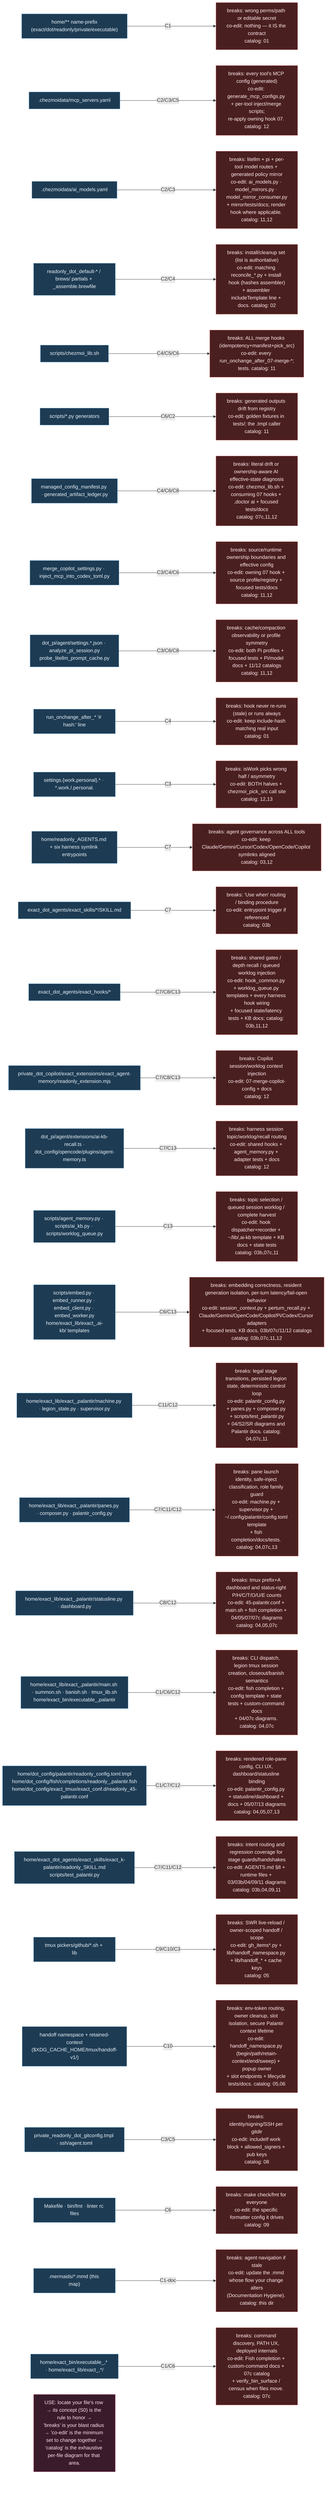
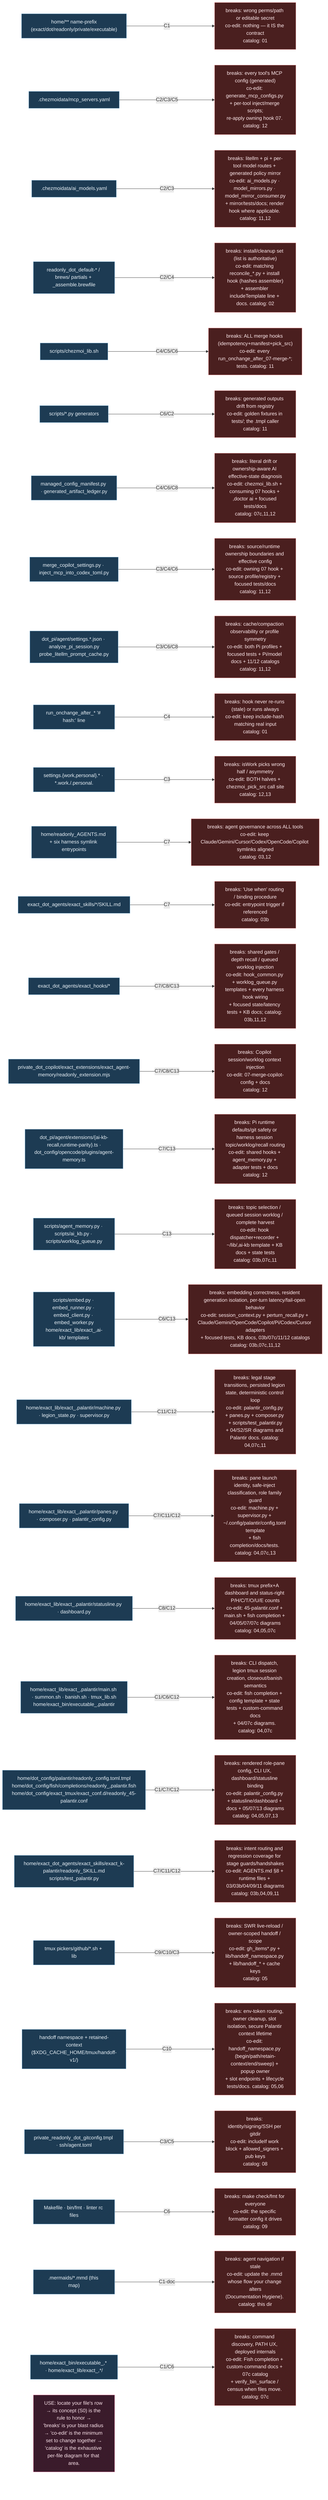
%% ============================================================================
%% SR-index.mmd — REVERSE INDEX ("maps into each particle").
%% Given a file/area you're about to touch, find: which CONCEPT it serves,
%% what BREAKS if you change it wrong, and the CO-EDIT SET (what must move with
%% it). This is the bridge from the semantic cloud (S0) down to the exhaustive
%% catalog (00-13). Concept IDs (C1..C13) refer to S0-concepts.mmd.
%% Mermaid note: rendered as a left→right map; for the dense table read source.
%% ============================================================================
flowchart LR
    classDef area fill:#1d3b53,stroke:#7fb3d5,color:#eaf2f8;
    classDef c fill:#3a1b2b,stroke:#f48fb1,color:#fce4ec;
    classDef brk fill:#4a1f1f,stroke:#ef9a9a,color:#ffebee;

    A1["home/** name-prefix<br/>(exact/dot/readonly/private/executable)"]:::area -->|C1| B1["breaks: wrong perms/path or editable secret<br/>co-edit: nothing — it IS the contract<br/>catalog: 01"]:::brk
    A2[".chezmoidata/mcp_servers.yaml"]:::area -->|C2/C3/C5| B2["breaks: every tool's MCP config (generated)<br/>co-edit: generate_mcp_configs.py + per-tool inject/merge scripts;<br/>re-apply owning hook 07. catalog: 12"]:::brk
    A3[".chezmoidata/ai_models.yaml"]:::area -->|C2/C3| B3["breaks: litellm + pi + per-tool model routes + generated policy mirror<br/>co-edit: ai_models.py · model_mirrors.py · model_mirror_consumer.py<br/>+ mirror/tests/docs; render hook where applicable. catalog: 11,12"]:::brk
    A4["readonly_dot_default-* / brews/ partials + _assemble.brewfile"]:::area -->|C2/C4| B4["breaks: install/cleanup set (list is authoritative)<br/>co-edit: matching reconcile_*.py + install hook (hashes assembler)<br/>+ assembler includeTemplate line + docs. catalog: 02"]:::brk
    A5["scripts/chezmoi_lib.sh"]:::area -->|C4/C5/C6| B5["breaks: ALL merge hooks (idempotency+manifest+pick_src)<br/>co-edit: every run_onchange_after_07-merge-*;<br/>tests. catalog: 11"]:::brk
    A6["scripts/*.py generators"]:::area -->|C6/C2| B6["breaks: generated outputs drift from registry<br/>co-edit: golden fixtures in tests/; the .tmpl caller<br/>catalog: 11"]:::brk
    A6b["managed_config_manifest.py · generated_artifact_ledger.py"]:::area -->|C4/C6/C8| B6b["breaks: literal drift or ownership-aware AI effective-state diagnosis<br/>co-edit: chezmoi_lib.sh + consuming 07 hooks + ,doctor ai + focused tests/docs<br/>catalog: 07c,11,12"]:::brk
    A6c["merge_copilot_settings.py · inject_mcp_into_codex_toml.py"]:::area -->|C3/C4/C6| B6c["breaks: source/runtime ownership boundaries and effective config<br/>co-edit: owning 07 hook + source profile/registry + focused tests/docs<br/>catalog: 11,12"]:::brk
    A6d["dot_pi/agent/settings.*.json · analyze_pi_session.py<br/>probe_litellm_prompt_cache.py"]:::area -->|C3/C6/C8| B6d["breaks: cache/compaction observability or profile symmetry<br/>co-edit: both Pi profiles + focused tests + Pi/model docs + 11/12 catalogs<br/>catalog: 11,12"]:::brk
    A7["run_onchange_after_* '# hash:' line"]:::area -->|C4| B7["breaks: hook never re-runs (stale) or runs always<br/>co-edit: keep include-hash matching real input<br/>catalog: 01"]:::brk
    A8["settings.{work,personal}.* · *.work./.personal."]:::area -->|C3| B8["breaks: isWork picks wrong half / asymmetry<br/>co-edit: BOTH halves + chezmoi_pick_src call site<br/>catalog: 12,13"]:::brk
    A9["home/readonly_AGENTS.md + six harness symlink entrypoints"]:::area -->|C7| B9["breaks: agent governance across ALL tools<br/>co-edit: keep Claude/Gemini/Cursor/Codex/OpenCode/Copilot symlinks aligned<br/>catalog: 03,12"]:::brk
    A10["exact_dot_agents/exact_skills/*/SKILL.md"]:::area -->|C7| B10["breaks: 'Use when' routing / binding procedure<br/>co-edit: entrypoint trigger if referenced<br/>catalog: 03b"]:::brk
    A11["exact_dot_agents/exact_hooks/*"]:::area -->|C7/C8/C13| B11["breaks: shared gates / depth recall / queued worklog injection<br/>co-edit: hook_common.py + worklog_queue.py templates + every harness hook wiring<br/>+ focused state/latency tests + KB docs; catalog: 03b,11,12"]:::brk
    A11b["private_dot_copilot/exact_extensions/exact_agent-memory/readonly_extension.mjs"]:::area -->|C7/C8/C13| B11b["breaks: Copilot session/worklog context injection<br/>co-edit: 07-merge-copilot-config + docs<br/>catalog: 12"]:::brk
-     A11c["dot_pi/agent/extensions/ai-kb-recall.ts ·<br/>dot_config/opencode/plugins/agent-memory.ts"]:::area -->|C7/C13| B11c["breaks: harness session topic/worklog/recall routing<br/>co-edit: shared hooks + agent_memory.py + adapter tests + docs<br/>catalog: 12"]:::brk
+     A11c["dot_pi/agent/extensions/{ai-kb-recall,runtime-parity}.ts ·<br/>dot_config/opencode/plugins/agent-memory.ts"]:::area -->|C7/C13| B11c["breaks: Pi runtime defaults/git safety or harness session topic/worklog/recall routing<br/>co-edit: shared hooks + agent_memory.py + adapter tests + docs<br/>catalog: 12"]:::brk
    A11d["scripts/agent_memory.py · scripts/ai_kb.py · scripts/worklog_queue.py"]:::area -->|C13| B11d["breaks: topic selection / queued session worklog / complete harvest<br/>co-edit: hook dispatcher+recorder + ~/lib/,ai-kb template + KB docs + state tests<br/>catalog: 03b,07c,11"]:::brk
    A11e["scripts/embed.py · embed_runner.py · embed_client.py · embed_worker.py<br/>home/exact_lib/exact_,ai-kb/ templates"]:::area -->|C6/C13| B11e["breaks: embedding correctness, resident generation isolation, per-turn latency/fail-open behavior<br/>co-edit: session_context.py + perturn_recall.py + Claude/Gemini/OpenCode/Copilot/Pi/Codex/Cursor adapters<br/>+ focused tests, KB docs, 03b/07c/11/12 catalogs<br/>catalog: 03b,07c,11,12"]:::brk
    A12["home/exact_lib/exact_,palantir/machine.py · legion_state.py · supervisor.py"]:::area -->|C11/C12| B12["breaks: legal stage transitions, persisted legion state, deterministic control loop<br/>co-edit: palantir_config.py + panes.py + composer.py + scripts/test_palantir.py<br/>+ 04/S2/SR diagrams and Palantir docs. catalog: 04,07c,11"]:::brk
    A12b["home/exact_lib/exact_,palantir/panes.py · composer.py · palantir_config.py"]:::area -->|C7/C11/C12| B12b["breaks: pane launch identity, safe-inject classification, role family guard<br/>co-edit: machine.py + supervisor.py + ~/.config/palantir/config.toml template<br/>+ fish completion/docs/tests. catalog: 04,07c,13"]:::brk
    A12c["home/exact_lib/exact_,palantir/statusline.py · dashboard.py"]:::area -->|C8/C12| B12c["breaks: tmux prefix+A dashboard and status-right P/H/C/T/O/U/E counts<br/>co-edit: 45-palantir.conf + main.sh + fish completion + 04/05/07/07c diagrams<br/>catalog: 04,05,07c"]:::brk
    A12d["home/exact_lib/exact_,palantir/main.sh · summon.sh · banish.sh · tmux_lib.sh<br/>home/exact_bin/executable_,palantir"]:::area -->|C1/C6/C12| B12d["breaks: CLI dispatch, legion tmux session creation, closeout/banish semantics<br/>co-edit: fish completion + config template + state tests + custom-command docs<br/>+ 04/07c diagrams. catalog: 04,07c"]:::brk
    A12e["home/dot_config/palantir/readonly_config.toml.tmpl<br/>home/dot_config/fish/completions/readonly_,palantir.fish<br/>home/dot_config/exact_tmux/exact_conf.d/readonly_45-palantir.conf"]:::area -->|C1/C7/C12| B12e["breaks: rendered role-pane config, CLI UX, dashboard/statusline binding<br/>co-edit: palantir_config.py + statusline/dashboard + docs + 05/07/13 diagrams<br/>catalog: 04,05,07,13"]:::brk
    A12f["home/exact_dot_agents/exact_skills/exact_k-palantir/readonly_SKILL.md<br/>scripts/test_palantir.py"]:::area -->|C7/C11/C12| B12f["breaks: intent routing and regression coverage for stage guards/handshakes<br/>co-edit: AGENTS.md §8 + runtime files + 03/03b/04/09/11 diagrams<br/>catalog: 03b,04,09,11"]:::brk
    A13["tmux pickers/github/*.sh + lib"]:::area -->|C9/C10/C3| B13["breaks: SWR live-reload / owner-scoped handoff / scope<br/>co-edit: gh_items*.py + lib/handoff_namespace.py + lib/handoff_* + cache keys<br/>catalog: 05"]:::brk
    A14["handoff namespace + retained-context<br/>($XDG_CACHE_HOME/tmux/handoff-v1/)"]:::area -->|C10| B14["breaks: env-token routing, owner cleanup, slot isolation, secure Palantir context lifetime<br/>co-edit: handoff_namespace.py (begin/path/retain-context/end/sweep) + popup owner<br/>+ slot endpoints + lifecycle tests/docs. catalog: 05,06"]:::brk
    A15["private_readonly_dot_gitconfig.tmpl · ssh/agent.toml"]:::area -->|C3/C5| B15["breaks: identity/signing/SSH per gitdir<br/>co-edit: includeIf work block + allowed_signers + pub keys<br/>catalog: 08"]:::brk
    A16["Makefile · bin/fmt · linter rc files"]:::area -->|C6| B16["breaks: make check/fmt for everyone<br/>co-edit: the specific formatter config it drives<br/>catalog: 09"]:::brk
    A17[".mermaids/*.mmd (this map)"]:::area -->|C1-doc| B17["breaks: agent navigation if stale<br/>co-edit: update the .mmd whose flow your change alters<br/>(Documentation Hygiene). catalog: this dir"]:::brk
    A18["home/exact_bin/executable_,* · home/exact_lib/exact_,*/"]:::area -->|C1/C6| B18["breaks: command discovery, PATH UX, deployed internals<br/>co-edit: Fish completion + custom-command docs + 07c catalog<br/>+ verify_bin_surface / census when files move. catalog: 07c"]:::brk

    GUIDE["USE: locate your file's row → its concept (S0) is the rule to honor →<br/>'breaks' is your blast radius → 'co-edit' is the minimum set to change together →<br/>'catalog' is the exhaustive per-file diagram for that area."]:::c
